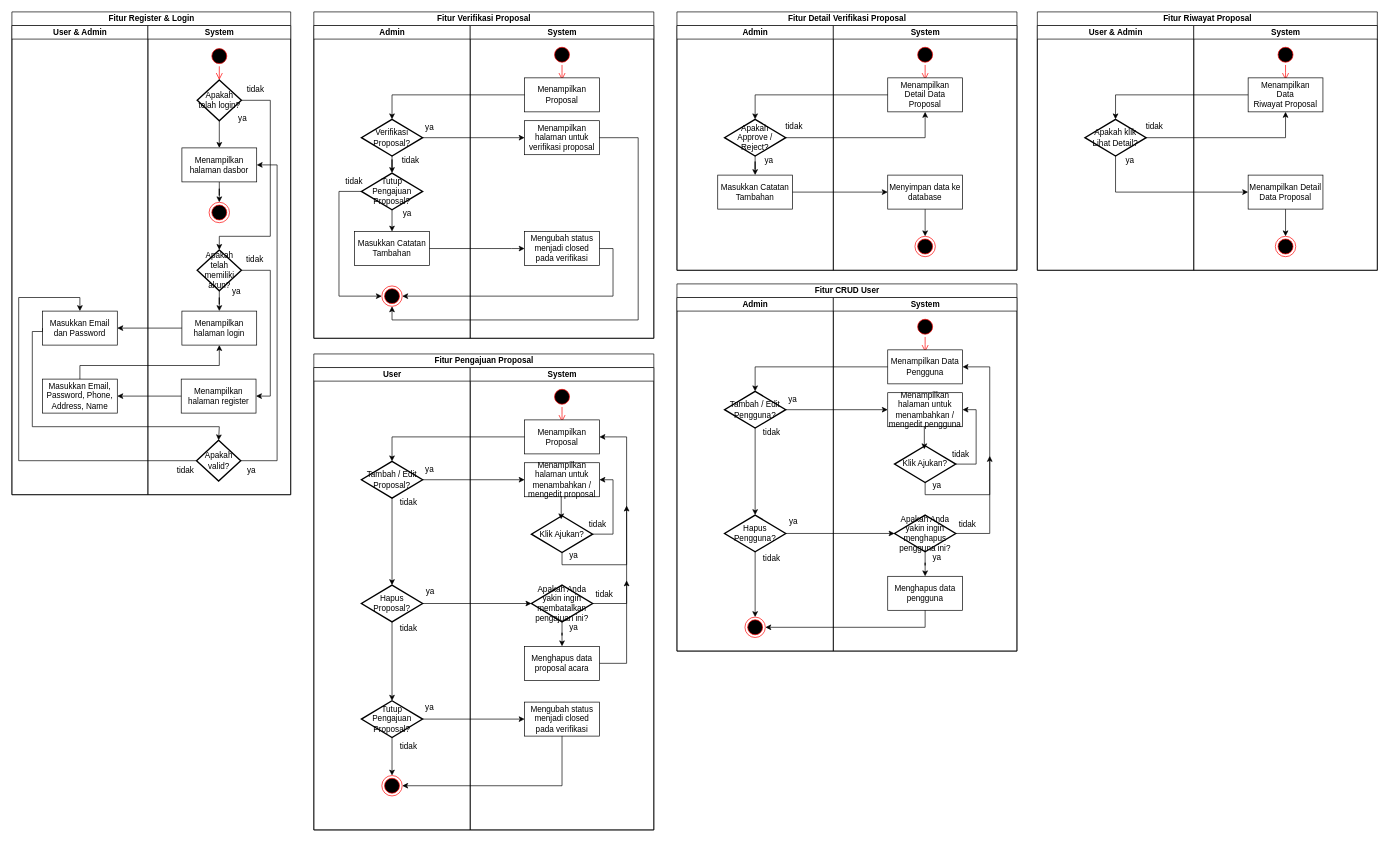
dapzz-id/DrawIO keeps this draw.io diagram as page "Activity Diagram" (6 of 6) of Uji Level 11_ Kadavi Raditya Alvino.drawio. Above is the earlier version. Source tidied: cells renumbered, new cells numbered last; positions are measured from the earlier drawing's top-left corner, leaving out a move shared by most shapes. Both pictures are drawn from the tidied source at 68%, with x=0, y=0 at pixel (12, 12).
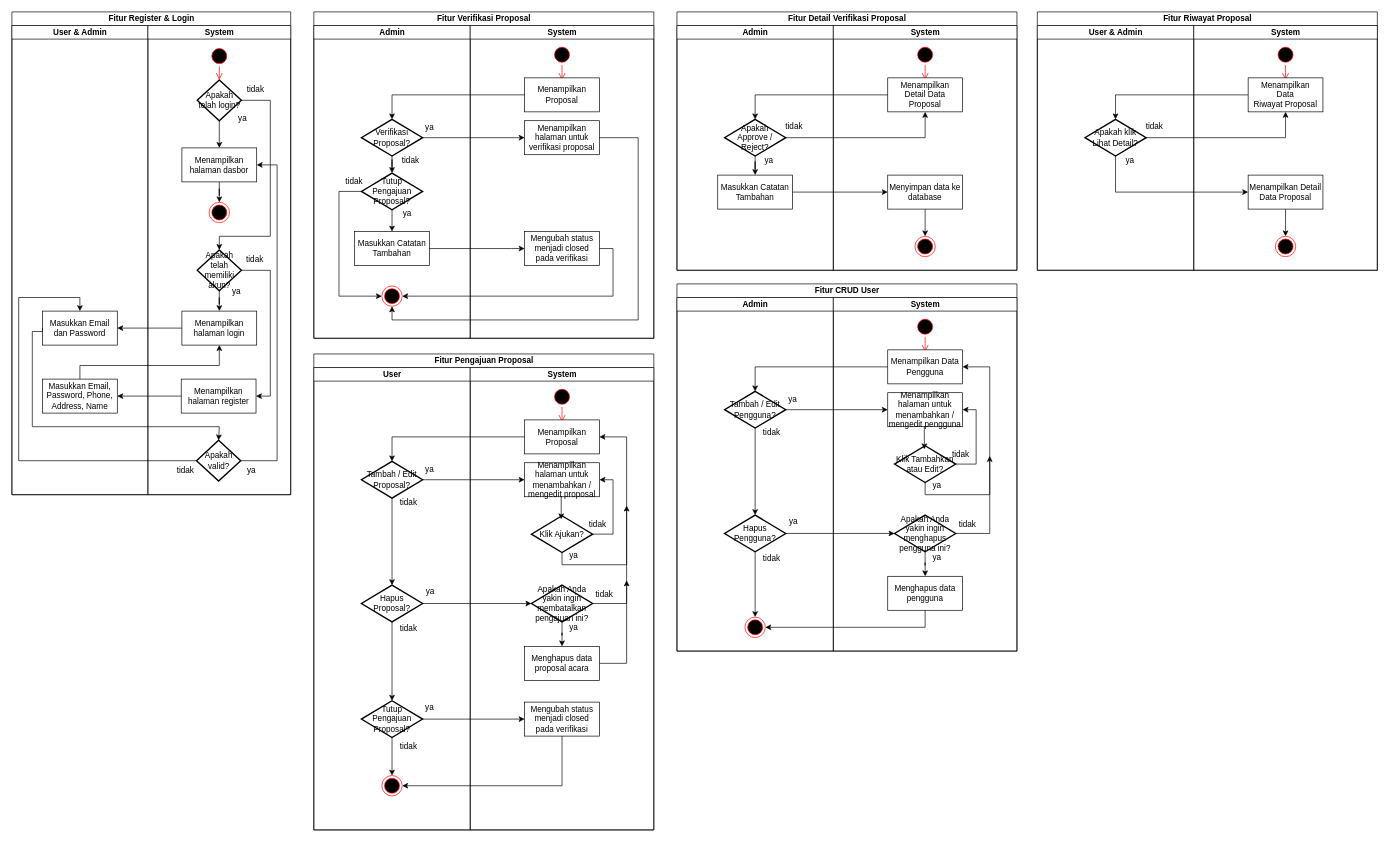
The same diagram, later.

Unchanged cells that the change refers to:
```xml
<mxCell id="124" value="System" style="swimlane;startSize=20;html=1;" parent="113" vertex="1">
  <mxGeometry x="230" y="20" width="270" height="520" as="geometry" />
</mxCell>
```

The edit, as a diff of the source:
```diff
@@
-    <mxCell id="131" value="&lt;div&gt;Klik Ajukan?&lt;/div&gt;" style="strokeWidth=2;html=1;shape=mxgraph.flowchart.decision;whiteSpace=wrap;" parent="124" vertex="1">
+    <mxCell id="131" value="&lt;div&gt;Klik Tambahkan atau Edit?&lt;/div&gt;" style="strokeWidth=2;html=1;shape=mxgraph.flowchart.decision;whiteSpace=wrap;" parent="124" vertex="1">
       <mxGeometry x="90" y="218" width="90" height="54" as="geometry" />
     </mxCell>
```
